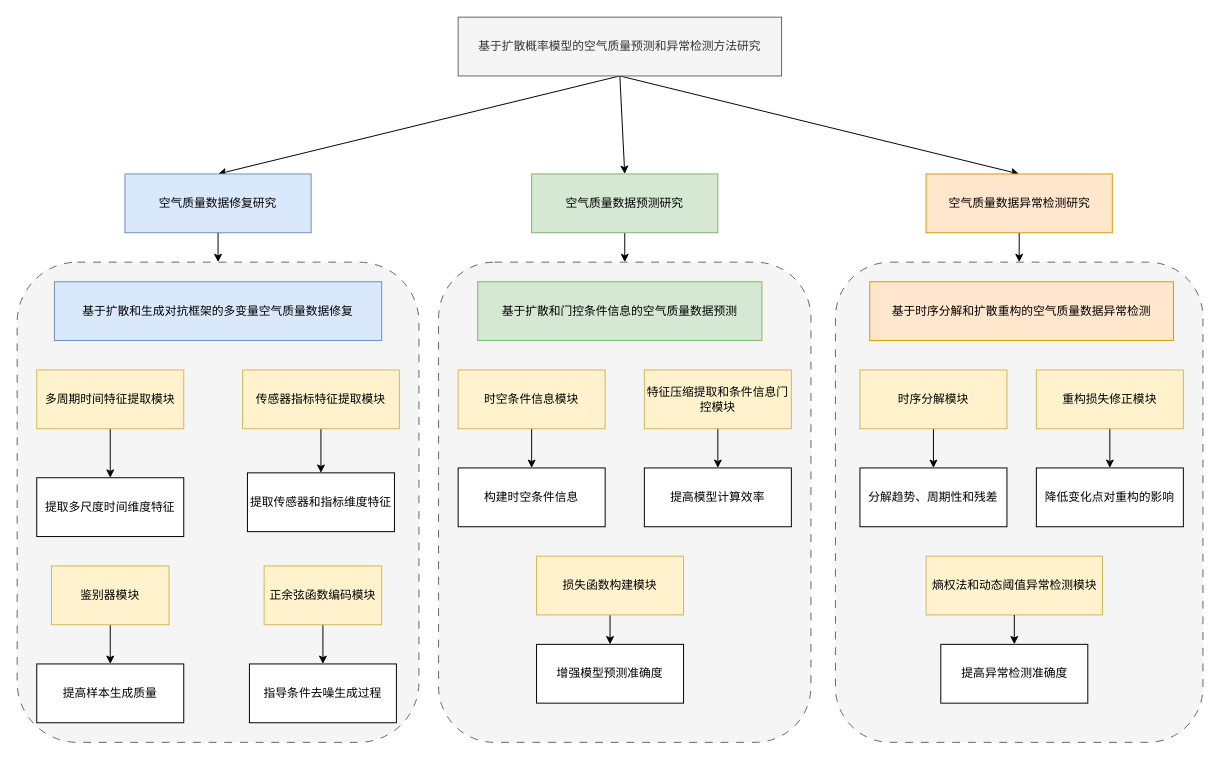
This is thesis_expe0.drawio from KnightCheng4/Draw, a draw.io file, before an edit. Source tidied: cells renumbered, new cells numbered last; positions are measured from the earlier drawing's top-left corner, leaving out a move shared by most shapes. Both pictures are drawn from the tidied source at 98%, with x=0, y=0 at pixel (17, 17).
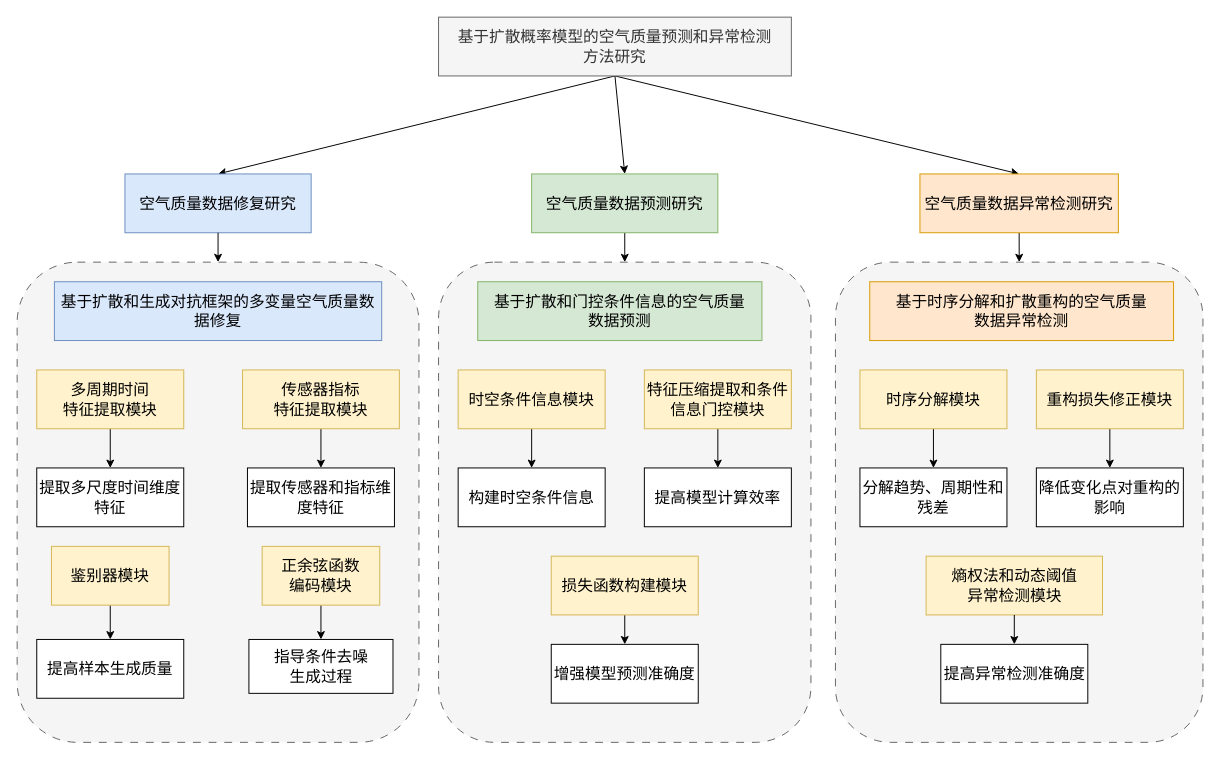
After the change.

The edit, as a diff of the source:
```diff
@@
-    <mxCell id="2" style="rounded=1;whiteSpace=wrap;html=1;fillColor=#f5f5f5;dashed=1;dashPattern=8 8;fontColor=#333333;strokeColor=#666666;" parent="1" vertex="1">
+    <mxCell id="2" style="rounded=1;whiteSpace=wrap;fillColor=#f5f5f5;dashed=1;dashPattern=8 8;fontColor=#333333;strokeColor=#666666;fontSize=16;" parent="1" vertex="1">
       <mxGeometry x="835" y="250" width="375" height="490" as="geometry" />
     </mxCell>
-    <mxCell id="3" style="rounded=1;whiteSpace=wrap;html=1;fillColor=#f5f5f5;dashed=1;dashPattern=8 8;fontColor=#333333;strokeColor=#666666;" parent="1" vertex="1">
+    <mxCell id="3" style="rounded=1;whiteSpace=wrap;fillColor=#f5f5f5;dashed=1;dashPattern=8 8;fontColor=#333333;strokeColor=#666666;fontSize=16;" parent="1" vertex="1">
       <mxGeometry x="430" y="250" width="380" height="490" as="geometry" />
     </mxCell>
-    <mxCell id="4" style="rounded=1;whiteSpace=wrap;html=1;fillColor=#f5f5f5;dashed=1;dashPattern=8 8;strokeColor=#666666;fontColor=#333333;" parent="1" vertex="1">
+    <mxCell id="4" style="rounded=1;whiteSpace=wrap;fillColor=#f5f5f5;dashed=1;dashPattern=8 8;strokeColor=#666666;fontColor=#333333;fontSize=16;" parent="1" vertex="1">
       <mxGeometry y="250" width="410" height="490" as="geometry" />
     </mxCell>
-    <mxCell id="5" style="rounded=0;jettySize=auto;html=1;exitX=0.5;exitY=1;exitDx=0;exitDy=0;entryX=0.5;entryY=0;entryDx=0;entryDy=0;" parent="1" edge="1" source="8" target="12">
+    <mxCell id="5" style="rounded=0;jettySize=auto;exitX=0.5;exitY=1;exitDx=0;exitDy=0;entryX=0.5;entryY=0;entryDx=0;entryDy=0;fontSize=16;" parent="1" edge="1" source="8" target="12">
       <mxGeometry relative="1" as="geometry" />
     </mxCell>
-    <mxCell id="6" style="rounded=0;jettySize=auto;html=1;exitX=0.5;exitY=1;exitDx=0;exitDy=0;entryX=0.5;entryY=0;entryDx=0;entryDy=0;" parent="1" edge="1" source="8" target="14">
+    <mxCell id="6" style="rounded=0;jettySize=auto;exitX=0.5;exitY=1;exitDx=0;exitDy=0;entryX=0.5;entryY=0;entryDx=0;entryDy=0;fontSize=16;" parent="1" edge="1" source="8" target="14">
       <mxGeometry relative="1" as="geometry" />
     </mxCell>
-    <mxCell id="7" style="rounded=0;jettySize=auto;html=1;exitX=0.5;exitY=1;exitDx=0;exitDy=0;entryX=0.5;entryY=0;entryDx=0;entryDy=0;" parent="1" edge="1" source="8" target="16">
+    <mxCell id="7" style="rounded=0;jettySize=auto;exitX=0.5;exitY=1;exitDx=0;exitDy=0;entryX=0.5;entryY=0;entryDx=0;entryDy=0;fontSize=16;" parent="1" edge="1" source="8" target="16">
       <mxGeometry relative="1" as="geometry" />
     </mxCell>
-    <mxCell id="8" value="基于扩散概率模型的空气质量预测和异常检测方法研究" style="rounded=0;whiteSpace=wrap;html=1;fillColor=#f5f5f5;fontColor=#333333;strokeColor=#666666;" parent="1" vertex="1">
-      <mxGeometry x="450" width="330" height="60" as="geometry" />
+    <mxCell id="8" value="基于扩散概率模型的空气质量预测和异常检测&#10;方法研究" style="rounded=0;whiteSpace=wrap;fillColor=#f5f5f5;fontColor=#333333;strokeColor=#666666;fontSize=16;" parent="1" vertex="1">
+      <mxGeometry x="430" width="360" height="60" as="geometry" />
     </mxCell>
-    <mxCell id="9" value="&lt;span&gt;基于扩散和生成对抗框架的多变量空气质量数据修复&lt;/span&gt;" style="rounded=0;whiteSpace=wrap;html=1;fontSize=12;fillColor=#dae8fc;strokeColor=#6c8ebf;" parent="1" vertex="1">
+    <mxCell id="9" value="基于扩散和生成对抗框架的多变量空气质量数据修复" style="rounded=0;whiteSpace=wrap;fontSize=16;fillColor=#dae8fc;strokeColor=#6c8ebf;" parent="1" vertex="1">
       <mxGeometry x="38" y="270" width="334" height="60" as="geometry" />
     </mxCell>
-    <mxCell id="10" value="&lt;p class=&quot;MsoNormal&quot;&gt;基于扩散和门控条件信息的空气质量数据预测&lt;span lang=&quot;EN-US&quot;&gt;&lt;/span&gt;&lt;/p&gt;" style="rounded=0;whiteSpace=wrap;html=1;fillColor=#d5e8d4;strokeColor=#82b366;" parent="1" vertex="1">
+    <mxCell id="10" value="基于扩散和门控条件信息的空气质量&#10;数据预测" style="rounded=0;whiteSpace=wrap;fillColor=#d5e8d4;strokeColor=#82b366;fontSize=16;" parent="1" vertex="1">
       <mxGeometry x="470" y="270" width="290" height="60" as="geometry" />
     </mxCell>
-    <mxCell id="11" value="&lt;p class=&quot;MsoNormal&quot;&gt;基于时序分解和扩散重构的空气质量数据异常检测&lt;span lang=&quot;EN-US&quot;&gt;&lt;/span&gt;&lt;/p&gt;" style="rounded=0;whiteSpace=wrap;html=1;fillColor=#ffe6cc;strokeColor=#d79b00;" parent="1" vertex="1">
+    <mxCell id="11" value="基于时序分解和扩散重构的空气质量&#10;数据异常检测" style="rounded=0;whiteSpace=wrap;fillColor=#ffe6cc;strokeColor=#d79b00;fontSize=16;" parent="1" vertex="1">
       <mxGeometry x="870" y="270" width="310" height="60" as="geometry" />
     </mxCell>
-    <mxCell id="12" value="空气质量数据修复研究" style="rounded=0;whiteSpace=wrap;html=1;strokeColor=#6c8ebf;align=center;verticalAlign=middle;fontFamily=Helvetica;fontSize=12;fillColor=#dae8fc;" parent="1" vertex="1">
+    <mxCell id="12" value="空气质量数据修复研究" style="rounded=0;whiteSpace=wrap;strokeColor=#6c8ebf;align=center;verticalAlign=middle;fontFamily=Helvetica;fontSize=16;fillColor=#dae8fc;" parent="1" vertex="1">
       <mxGeometry x="110" y="160" width="190" height="60" as="geometry" />
     </mxCell>
-    <mxCell id="13" style="rounded=0;jettySize=auto;html=1;exitX=0.5;exitY=1;exitDx=0;exitDy=0;entryX=0.5;entryY=0;entryDx=0;entryDy=0;" parent="1" edge="1" source="14" target="3">
+    <mxCell id="13" style="rounded=0;jettySize=auto;exitX=0.5;exitY=1;exitDx=0;exitDy=0;entryX=0.5;entryY=0;entryDx=0;entryDy=0;fontSize=16;" parent="1" edge="1" source="14" target="3">
       <mxGeometry relative="1" as="geometry" />
     </mxCell>
-    <mxCell id="14" value="空气质量数据预测研究" style="rounded=0;whiteSpace=wrap;html=1;fillColor=#d5e8d4;strokeColor=#82b366;" parent="1" vertex="1">
+    <mxCell id="14" value="空气质量数据预测研究" style="rounded=0;whiteSpace=wrap;fillColor=#d5e8d4;strokeColor=#82b366;fontSize=16;" parent="1" vertex="1">
       <mxGeometry x="525" y="160" width="190" height="60" as="geometry" />
     </mxCell>
-    <mxCell id="15" style="rounded=0;jettySize=auto;html=1;exitX=0.5;exitY=1;exitDx=0;exitDy=0;entryX=0.5;entryY=0;entryDx=0;entryDy=0;" parent="1" edge="1" source="16" target="2">
+    <mxCell id="15" style="rounded=0;jettySize=auto;exitX=0.5;exitY=1;exitDx=0;exitDy=0;entryX=0.5;entryY=0;entryDx=0;entryDy=0;fontSize=16;" parent="1" edge="1" source="16" target="2">
       <mxGeometry relative="1" as="geometry" />
     </mxCell>
-    <mxCell id="16" value="空气质量数据异常检测研究" style="rounded=0;whiteSpace=wrap;html=1;fillColor=#ffe6cc;strokeColor=#d79b00;" parent="1" vertex="1">
-      <mxGeometry x="927.5" y="160" width="190" height="60" as="geometry" />
+    <mxCell id="16" value="空气质量数据异常检测研究" style="rounded=0;whiteSpace=wrap;fillColor=#ffe6cc;strokeColor=#d79b00;fontSize=16;" parent="1" vertex="1">
+      <mxGeometry x="921.2" y="160" width="202.5" height="60" as="geometry" />
     </mxCell>
-    <mxCell id="17" style="rounded=0;jettySize=auto;html=1;exitX=0.5;exitY=1;exitDx=0;exitDy=0;entryX=0.5;entryY=0;entryDx=0;entryDy=0;" parent="1" edge="1" source="18" target="25">
+    <mxCell id="17" style="rounded=0;jettySize=auto;exitX=0.5;exitY=1;exitDx=0;exitDy=0;entryX=0.5;entryY=0;entryDx=0;entryDy=0;fontSize=16;" parent="1" edge="1" source="18" target="25">
       <mxGeometry relative="1" as="geometry" />
     </mxCell>
-    <mxCell id="18" value="&lt;p class=&quot;MsoNormal&quot;&gt;多周期时间特征提取模块&lt;span lang=&quot;EN-US&quot;&gt;&lt;/span&gt;&lt;/p&gt;" style="rounded=0;whiteSpace=wrap;html=1;strokeColor=#d6b656;align=center;verticalAlign=middle;fontFamily=Helvetica;fontSize=12;fillColor=#fff2cc;" parent="1" vertex="1">
+    <mxCell id="18" value="多周期时间&#10;特征提取模块" style="rounded=0;whiteSpace=wrap;strokeColor=#d6b656;align=center;verticalAlign=middle;fontFamily=Helvetica;fontSize=16;fillColor=#fff2cc;" parent="1" vertex="1">
       <mxGeometry x="20" y="360" width="150" height="60" as="geometry" />
     </mxCell>
-    <mxCell id="19" style="rounded=0;jettySize=auto;html=1;exitX=0.5;exitY=1;exitDx=0;exitDy=0;entryX=0.5;entryY=0;entryDx=0;entryDy=0;" parent="1" edge="1" source="20" target="26">
+    <mxCell id="19" style="rounded=0;jettySize=auto;exitX=0.5;exitY=1;exitDx=0;exitDy=0;entryX=0.5;entryY=0;entryDx=0;entryDy=0;fontSize=16;" parent="1" edge="1" source="20" target="26">
       <mxGeometry relative="1" as="geometry" />
     </mxCell>
-    <mxCell id="20" value="&lt;p class=&quot;MsoNormal&quot;&gt;&lt;span&gt;传感器指标特征提取模块&lt;/span&gt;&lt;/p&gt;" style="rounded=0;whiteSpace=wrap;html=1;fontSize=12;fillColor=#fff2cc;strokeColor=#d6b656;" parent="1" vertex="1">
+    <mxCell id="20" value="传感器指标&#10;特征提取模块" style="rounded=0;whiteSpace=wrap;fontSize=16;fillColor=#fff2cc;strokeColor=#d6b656;" parent="1" vertex="1">
       <mxGeometry x="230" y="360" width="160" height="60" as="geometry" />
     </mxCell>
-    <mxCell id="21" style="rounded=0;jettySize=auto;html=1;exitX=0.5;exitY=1;exitDx=0;exitDy=0;entryX=0.5;entryY=0;entryDx=0;entryDy=0;" parent="1" edge="1" source="22" target="27">
+    <mxCell id="21" style="rounded=0;jettySize=auto;exitX=0.5;exitY=1;exitDx=0;exitDy=0;entryX=0.5;entryY=0;entryDx=0;entryDy=0;fontSize=16;" parent="1" edge="1" source="22" target="27">
       <mxGeometry relative="1" as="geometry" />
     </mxCell>
-    <mxCell id="22" value="&lt;p class=&quot;MsoNormal&quot;&gt;鉴别器模块&lt;span lang=&quot;EN-US&quot;&gt;&lt;/span&gt;&lt;/p&gt;" style="rounded=0;whiteSpace=wrap;html=1;fillColor=#fff2cc;strokeColor=#d6b656;" parent="1" vertex="1">
-      <mxGeometry x="35" y="560" width="120" height="60" as="geometry" />
+    <mxCell id="22" value="鉴别器模块" style="rounded=0;whiteSpace=wrap;fillColor=#fff2cc;strokeColor=#d6b656;fontSize=16;" parent="1" vertex="1">
+      <mxGeometry x="35" y="540" width="120" height="60" as="geometry" />
     </mxCell>
-    <mxCell id="23" style="rounded=0;jettySize=auto;html=1;exitX=0.5;exitY=1;exitDx=0;exitDy=0;entryX=0.5;entryY=0;entryDx=0;entryDy=0;" parent="1" edge="1" source="24" target="28">
+    <mxCell id="23" style="rounded=0;jettySize=auto;exitX=0.5;exitY=1;exitDx=0;exitDy=0;entryX=0.5;entryY=0;entryDx=0;entryDy=0;fontSize=16;" parent="1" edge="1" source="24" target="28">
       <mxGeometry relative="1" as="geometry" />
     </mxCell>
-    <mxCell id="24" value="&lt;span&gt;正余弦函数编码模块&lt;/span&gt;" style="rounded=0;whiteSpace=wrap;html=1;fontSize=12;fillColor=#fff2cc;strokeColor=#d6b656;" parent="1" vertex="1">
-      <mxGeometry x="252" y="560" width="120" height="60" as="geometry" />
+    <mxCell id="24" value="正余弦函数&#10;编码模块" style="rounded=0;whiteSpace=wrap;fontSize=16;fillColor=#fff2cc;strokeColor=#d6b656;" parent="1" vertex="1">
+      <mxGeometry x="250" y="540" width="120" height="60" as="geometry" />
     </mxCell>
-    <mxCell id="25" value="&lt;p class=&quot;MsoNormal&quot;&gt;提取多尺度时间维度特征&lt;/p&gt;" style="rounded=0;whiteSpace=wrap;html=1;" parent="1" vertex="1">
-      <mxGeometry x="20" y="470" width="150" height="60" as="geometry" />
+    <mxCell id="25" value="提取多尺度时间维度特征" style="rounded=0;whiteSpace=wrap;fontSize=16;" parent="1" vertex="1">
+      <mxGeometry x="20" y="460" width="150" height="60" as="geometry" />
     </mxCell>
-    <mxCell id="26" value="&lt;p class=&quot;MsoNormal&quot;&gt;提取传感器和指标维度特征&lt;/p&gt;" style="rounded=0;whiteSpace=wrap;html=1;" parent="1" vertex="1">
-      <mxGeometry x="235" y="465" width="150" height="60" as="geometry" />
+    <mxCell id="26" value="提取传感器和指标维度特征" style="rounded=0;whiteSpace=wrap;fontSize=16;" parent="1" vertex="1">
+      <mxGeometry x="235" y="460" width="150" height="60" as="geometry" />
     </mxCell>
-    <mxCell id="27" value="&lt;p class=&quot;MsoNormal&quot;&gt;提高样本生成质量&lt;span lang=&quot;EN-US&quot;&gt;&lt;/span&gt;&lt;/p&gt;" style="rounded=0;whiteSpace=wrap;html=1;" parent="1" vertex="1">
-      <mxGeometry x="20" y="660" width="150" height="60" as="geometry" />
+    <mxCell id="27" value="提高样本生成质量" style="rounded=0;whiteSpace=wrap;fontSize=16;" parent="1" vertex="1">
+      <mxGeometry x="20" y="635" width="150" height="60" as="geometry" />
     </mxCell>
-    <mxCell id="28" value="&lt;p class=&quot;MsoNormal&quot;&gt;指导条件去噪生成过程&lt;/p&gt;" style="rounded=0;whiteSpace=wrap;html=1;" parent="1" vertex="1">
-      <mxGeometry x="237" y="660" width="150" height="60" as="geometry" />
+    <mxCell id="28" value="指导条件去噪&#10;生成过程" style="rounded=0;fontSize=16;whiteSpace=wrap;" parent="1" vertex="1">
+      <mxGeometry x="236.5" y="635" width="147" height="55" as="geometry" />
     </mxCell>
-    <mxCell id="29" style="rounded=0;jettySize=auto;html=1;exitX=0.5;exitY=1;exitDx=0;exitDy=0;entryX=0.5;entryY=0;entryDx=0;entryDy=0;" parent="1" edge="1" source="30" target="35">
+    <mxCell id="29" style="rounded=0;jettySize=auto;exitX=0.5;exitY=1;exitDx=0;exitDy=0;entryX=0.5;entryY=0;entryDx=0;entryDy=0;fontSize=16;" parent="1" edge="1" source="30" target="35">
       <mxGeometry relative="1" as="geometry" />
     </mxCell>
-    <mxCell id="30" value="&lt;p class=&quot;MsoNormal&quot;&gt;时空条件信息模块&lt;span lang=&quot;EN-US&quot;&gt;&lt;/span&gt;&lt;/p&gt;" style="rounded=0;whiteSpace=wrap;html=1;fillColor=#fff2cc;strokeColor=#d6b656;" parent="1" vertex="1">
+    <mxCell id="30" value="时空条件信息模块" style="rounded=0;whiteSpace=wrap;fillColor=#fff2cc;strokeColor=#d6b656;fontSize=16;" parent="1" vertex="1">
       <mxGeometry x="450" y="360" width="150" height="60" as="geometry" />
     </mxCell>
-    <mxCell id="31" style="rounded=0;jettySize=auto;html=1;exitX=0.5;exitY=1;exitDx=0;exitDy=0;entryX=0.5;entryY=0;entryDx=0;entryDy=0;" parent="1" edge="1" source="32" target="36">
+    <mxCell id="31" style="rounded=0;jettySize=auto;exitX=0.5;exitY=1;exitDx=0;exitDy=0;entryX=0.5;entryY=0;entryDx=0;entryDy=0;fontSize=16;" parent="1" edge="1" source="32" target="36">
       <mxGeometry relative="1" as="geometry" />
     </mxCell>
-    <mxCell id="32" value="&lt;p class=&quot;MsoNormal&quot;&gt;特征压缩提取和条件信息门控模块&lt;span lang=&quot;EN-US&quot;&gt;&lt;/span&gt;&lt;/p&gt;" style="rounded=0;whiteSpace=wrap;html=1;fillColor=#fff2cc;strokeColor=#d6b656;" parent="1" vertex="1">
+    <mxCell id="32" value="特征压缩提取和条件信息门控模块" style="rounded=0;whiteSpace=wrap;fillColor=#fff2cc;strokeColor=#d6b656;fontSize=16;" parent="1" vertex="1">
       <mxGeometry x="640" y="360" width="150" height="60" as="geometry" />
     </mxCell>
-    <mxCell id="33" style="rounded=0;jettySize=auto;html=1;exitX=0.5;exitY=1;exitDx=0;exitDy=0;entryX=0.5;entryY=0;entryDx=0;entryDy=0;" parent="1" edge="1" source="34" target="37">
+    <mxCell id="33" style="rounded=0;jettySize=auto;exitX=0.5;exitY=1;exitDx=0;exitDy=0;entryX=0.5;entryY=0;entryDx=0;entryDy=0;fontSize=16;" parent="1" edge="1" source="34" target="37">
       <mxGeometry relative="1" as="geometry" />
     </mxCell>
-    <mxCell id="34" value="&lt;p class=&quot;MsoNormal&quot;&gt;损失函数构建模块&lt;span lang=&quot;EN-US&quot;&gt;&lt;/span&gt;&lt;/p&gt;" style="rounded=0;whiteSpace=wrap;html=1;fillColor=#fff2cc;strokeColor=#d6b656;" parent="1" vertex="1">
-      <mxGeometry x="530" y="550" width="150" height="60" as="geometry" />
+    <mxCell id="34" value="损失函数构建模块" style="rounded=0;whiteSpace=wrap;fillColor=#fff2cc;strokeColor=#d6b656;fontSize=16;" parent="1" vertex="1">
+      <mxGeometry x="545" y="550" width="150" height="60" as="geometry" />
     </mxCell>
-    <mxCell id="35" value="&lt;p class=&quot;MsoNormal&quot;&gt;构建时空条件信息&lt;/p&gt;" style="rounded=0;whiteSpace=wrap;html=1;" parent="1" vertex="1">
+    <mxCell id="35" value="构建时空条件信息" style="rounded=0;whiteSpace=wrap;fontSize=16;" parent="1" vertex="1">
       <mxGeometry x="450" y="460" width="150" height="60" as="geometry" />
     </mxCell>
-    <mxCell id="36" value="提高模型计算效率" style="rounded=0;whiteSpace=wrap;html=1;" parent="1" vertex="1">
+    <mxCell id="36" value="提高模型计算效率" style="rounded=0;whiteSpace=wrap;fontSize=16;" parent="1" vertex="1">
       <mxGeometry x="640" y="460" width="150" height="60" as="geometry" />
     </mxCell>
-    <mxCell id="37" value="&lt;p class=&quot;MsoNormal&quot;&gt;增强模型预测准确度&lt;span lang=&quot;EN-US&quot;&gt;&lt;/span&gt;&lt;/p&gt;" style="rounded=0;whiteSpace=wrap;html=1;" parent="1" vertex="1">
-      <mxGeometry x="530" y="640" width="150" height="60" as="geometry" />
+    <mxCell id="37" value="增强模型预测准确度" style="rounded=0;whiteSpace=wrap;fontSize=16;" parent="1" vertex="1">
+      <mxGeometry x="545" y="640" width="150" height="60" as="geometry" />
     </mxCell>
-    <mxCell id="38" style="rounded=0;jettySize=auto;html=1;exitX=0.5;exitY=1;exitDx=0;exitDy=0;entryX=0.5;entryY=0;entryDx=0;entryDy=0;" parent="1" edge="1" source="39" target="43">
+    <mxCell id="38" style="rounded=0;jettySize=auto;exitX=0.5;exitY=1;exitDx=0;exitDy=0;entryX=0.5;entryY=0;entryDx=0;entryDy=0;fontSize=16;" parent="1" edge="1" source="39" target="43">
       <mxGeometry relative="1" as="geometry" />
     </mxCell>
-    <mxCell id="39" value="&lt;p class=&quot;MsoNormal&quot;&gt;时序分解模块&lt;span lang=&quot;EN-US&quot;&gt;&lt;/span&gt;&lt;/p&gt;" style="rounded=0;whiteSpace=wrap;html=1;fillColor=#fff2cc;strokeColor=#d6b656;" parent="1" vertex="1">
+    <mxCell id="39" value="时序分解模块" style="rounded=0;whiteSpace=wrap;fillColor=#fff2cc;strokeColor=#d6b656;fontSize=16;" parent="1" vertex="1">
       <mxGeometry x="860" y="360" width="150" height="60" as="geometry" />
     </mxCell>
-    <mxCell id="40" value="&lt;p class=&quot;MsoNormal&quot;&gt;熵权法和动态阈值异常检测模块&lt;span lang=&quot;EN-US&quot;&gt;&lt;/span&gt;&lt;/p&gt;" style="rounded=0;whiteSpace=wrap;html=1;fillColor=#fff2cc;strokeColor=#d6b656;" parent="1" vertex="1">
+    <mxCell id="40" value="熵权法和动态阈值&#10;异常检测模块" style="rounded=0;whiteSpace=wrap;fillColor=#fff2cc;strokeColor=#d6b656;fontSize=16;" parent="1" vertex="1">
       <mxGeometry x="927.5" y="550" width="180" height="60" as="geometry" />
     </mxCell>
-    <mxCell id="41" style="rounded=0;jettySize=auto;html=1;exitX=0.5;exitY=1;exitDx=0;exitDy=0;entryX=0.5;entryY=0;entryDx=0;entryDy=0;" parent="1" edge="1" source="42" target="45">
+    <mxCell id="41" style="rounded=0;jettySize=auto;exitX=0.5;exitY=1;exitDx=0;exitDy=0;entryX=0.5;entryY=0;entryDx=0;entryDy=0;fontSize=16;" parent="1" edge="1" source="42" target="45">
       <mxGeometry relative="1" as="geometry" />
     </mxCell>
-    <mxCell id="42" value="&lt;p class=&quot;MsoNormal&quot;&gt;重构损失修正模块&lt;span lang=&quot;EN-US&quot;&gt;&lt;/span&gt;&lt;/p&gt;" style="rounded=0;whiteSpace=wrap;html=1;fillColor=#fff2cc;strokeColor=#d6b656;" parent="1" vertex="1">
+    <mxCell id="42" value="重构损失修正模块" style="rounded=0;whiteSpace=wrap;fillColor=#fff2cc;strokeColor=#d6b656;fontSize=16;" parent="1" vertex="1">
       <mxGeometry x="1040" y="360" width="150" height="60" as="geometry" />
     </mxCell>
-    <mxCell id="43" value="&lt;p class=&quot;MsoNormal&quot;&gt;分解趋势、周期性和残差&lt;/p&gt;" style="rounded=0;whiteSpace=wrap;html=1;" parent="1" vertex="1">
+    <mxCell id="43" value="分解趋势、周期性和残差" style="rounded=0;whiteSpace=wrap;fontSize=16;" parent="1" vertex="1">
       <mxGeometry x="860" y="460" width="150" height="60" as="geometry" />
     </mxCell>
-    <mxCell id="44" value="&lt;p class=&quot;MsoNormal&quot;&gt;提高异常检测准确度&lt;span lang=&quot;EN-US&quot;&gt;&lt;/span&gt;&lt;/p&gt;" style="rounded=0;whiteSpace=wrap;html=1;" parent="1" vertex="1">
+    <mxCell id="44" value="提高异常检测准确度" style="rounded=0;whiteSpace=wrap;fontSize=16;" parent="1" vertex="1">
       <mxGeometry x="942.5" y="640" width="150" height="60" as="geometry" />
     </mxCell>
-    <mxCell id="45" value="&lt;p class=&quot;MsoNormal&quot;&gt;降低变化点对重构的影响&lt;/p&gt;" style="rounded=0;whiteSpace=wrap;html=1;" parent="1" vertex="1">
+    <mxCell id="45" value="降低变化点对重构的影响" style="rounded=0;whiteSpace=wrap;fontSize=16;" parent="1" vertex="1">
       <mxGeometry x="1040" y="460" width="150" height="60" as="geometry" />
     </mxCell>
-    <mxCell id="46" style="rounded=0;jettySize=auto;html=1;exitX=0.5;exitY=1;exitDx=0;exitDy=0;entryX=0.5;entryY=0;entryDx=0;entryDy=0;" parent="1" edge="1" source="12" target="4">
+    <mxCell id="46" style="rounded=0;jettySize=auto;exitX=0.5;exitY=1;exitDx=0;exitDy=0;entryX=0.5;entryY=0;entryDx=0;entryDy=0;fontSize=16;" parent="1" edge="1" source="12" target="4">
       <mxGeometry relative="1" as="geometry" />
     </mxCell>
-    <mxCell id="47" style="rounded=0;jettySize=auto;html=1;exitX=0.5;exitY=1;exitDx=0;exitDy=0;entryX=0.5;entryY=0;entryDx=0;entryDy=0;" parent="1" edge="1" source="40" target="44">
+    <mxCell id="47" style="rounded=0;jettySize=auto;exitX=0.5;exitY=1;exitDx=0;exitDy=0;entryX=0.5;entryY=0;entryDx=0;entryDy=0;fontSize=16;" parent="1" edge="1" source="40" target="44">
       <mxGeometry relative="1" as="geometry" />
     </mxCell>
```
